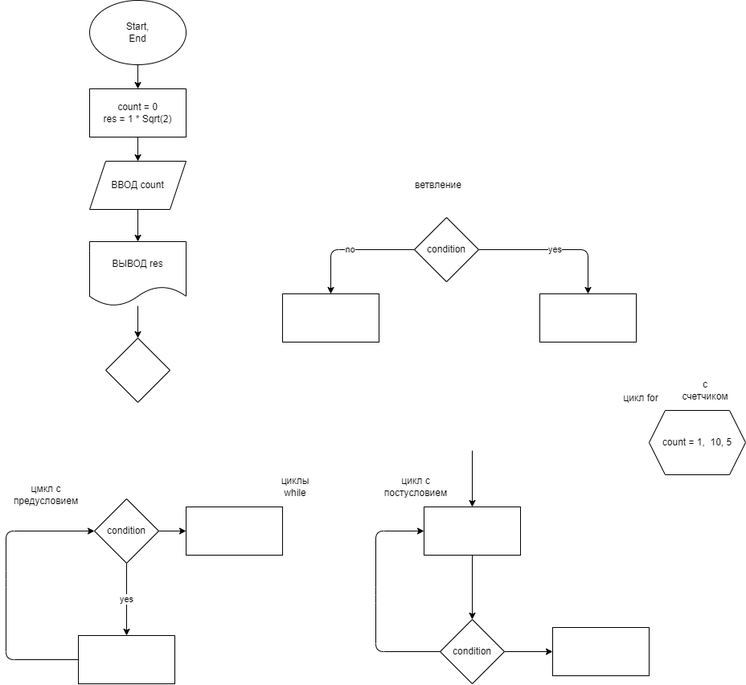
kirillnaumenk0/practic keeps this draw.io diagram as 123.drawio.png. Above is the earlier version. Source tidied: cells renumbered, new cells last; positions are measured from the earlier drawing's top-left corner, leaving out a move shared by most shapes.
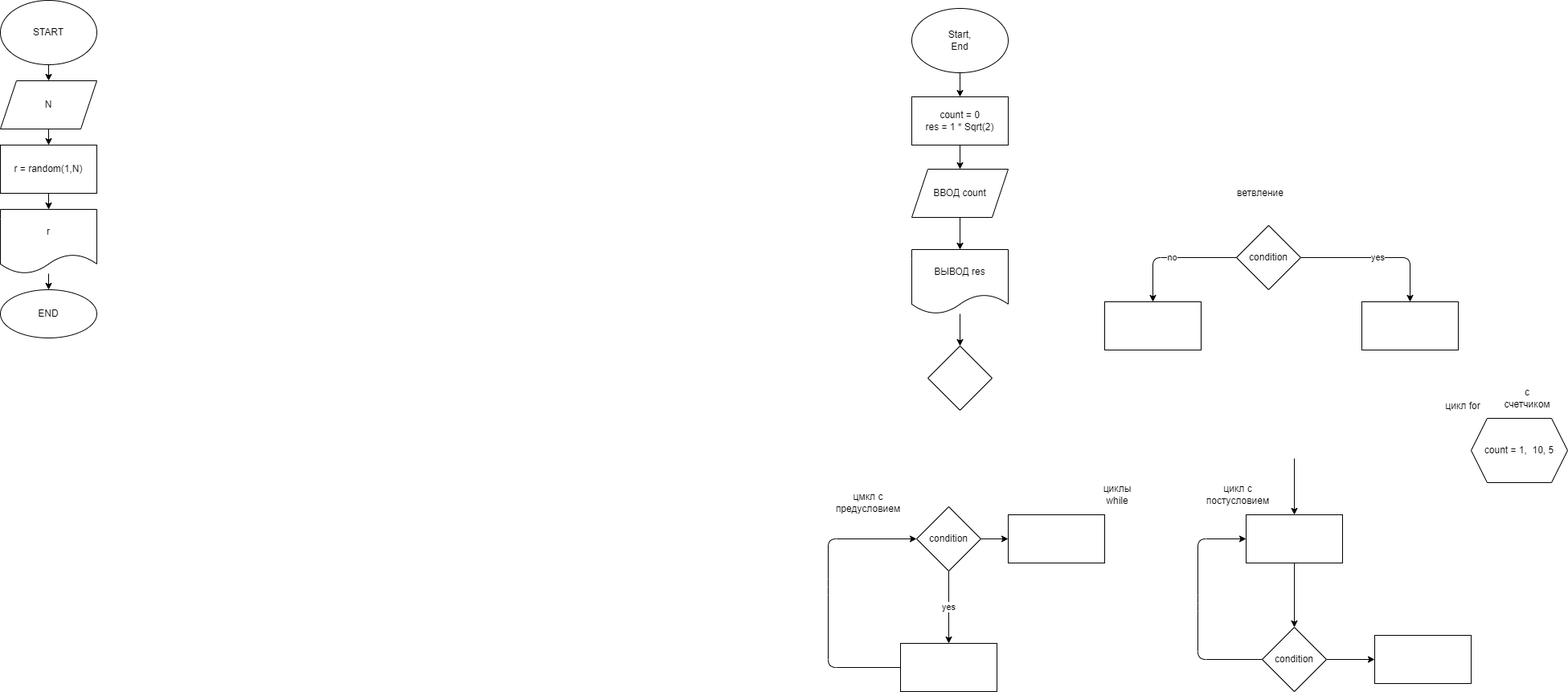
The same file after the commit.

What changed in the source:
```diff
@@ -126,5 +126,32 @@
     <mxCell id="35" value="цикл for" style="text;html=1;strokeColor=none;fillColor=none;align=center;verticalAlign=middle;whiteSpace=wrap;rounded=0;" parent="1" vertex="1">
       <mxGeometry x="760" y="480" width="60" height="30" as="geometry" />
     </mxCell>
+    <mxCell id="36" style="edgeStyle=none;html=1;" parent="1" edge="1" source="37" target="39">
+      <mxGeometry relative="1" as="geometry" />
+    </mxCell>
+    <mxCell id="37" value="START" style="ellipse;whiteSpace=wrap;html=1;" parent="1" vertex="1">
+      <mxGeometry x="-1030" y="-10" width="120" height="80" as="geometry" />
+    </mxCell>
+    <mxCell id="38" style="edgeStyle=none;html=1;" parent="1" edge="1" source="39" target="41">
+      <mxGeometry relative="1" as="geometry" />
+    </mxCell>
+    <mxCell id="39" value="N" style="shape=parallelogram;perimeter=parallelogramPerimeter;whiteSpace=wrap;html=1;fixedSize=1;" parent="1" vertex="1">
+      <mxGeometry x="-1030" y="90" width="120" height="60" as="geometry" />
+    </mxCell>
+    <mxCell id="40" style="edgeStyle=none;html=1;" parent="1" edge="1" source="41" target="43">
+      <mxGeometry relative="1" as="geometry" />
+    </mxCell>
+    <mxCell id="41" value="r = random(1,N)" style="whiteSpace=wrap;html=1;" parent="1" vertex="1">
+      <mxGeometry x="-1030" y="170" width="120" height="60" as="geometry" />
+    </mxCell>
+    <mxCell id="42" style="edgeStyle=none;html=1;" parent="1" edge="1" source="43" target="44">
+      <mxGeometry relative="1" as="geometry" />
+    </mxCell>
+    <mxCell id="43" value="r" style="shape=document;whiteSpace=wrap;html=1;boundedLbl=1;" parent="1" vertex="1">
+      <mxGeometry x="-1030" y="250" width="120" height="80" as="geometry" />
+    </mxCell>
+    <mxCell id="44" value="END" style="ellipse;whiteSpace=wrap;html=1;" parent="1" vertex="1">
+      <mxGeometry x="-1030" y="350" width="120" height="60" as="geometry" />
+    </mxCell>
   </root>
 </mxGraphModel>
```
